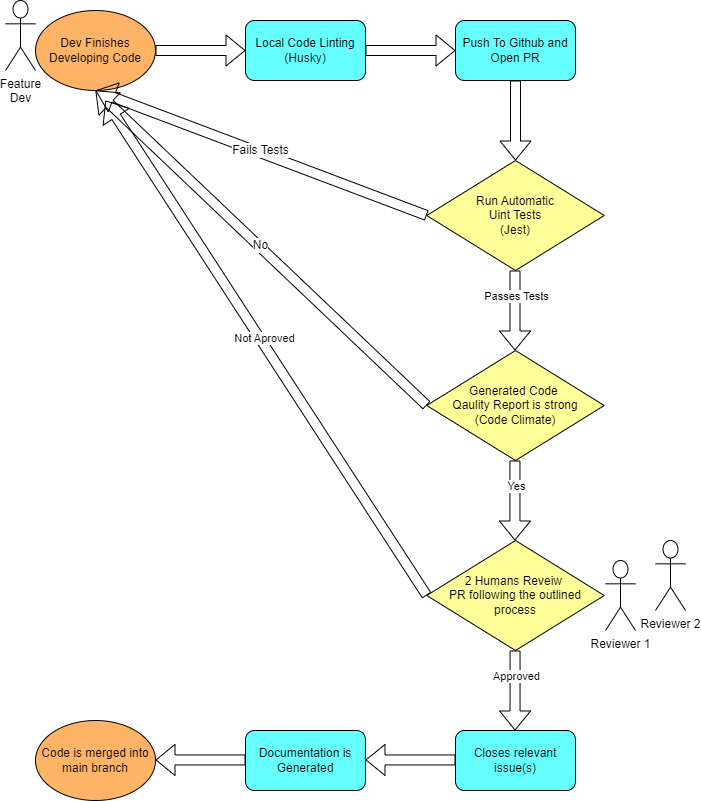
Above: admin/cipipeline/phase1.drawio.png in cse110-sp25-group11/cse110-sp25-group11 (draw.io), before the change. Source tidied: cells renumbered, new cells last; positions are measured from the earlier drawing's top-left corner, leaving out a move shared by most shapes.
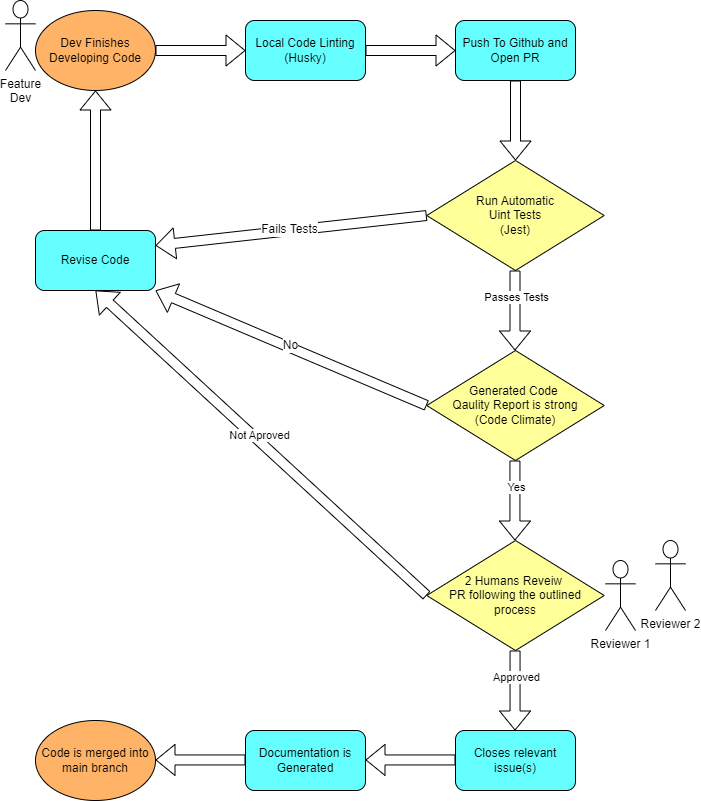
The same file after the commit.

Commit message:
updated pipeline drawing

Diff of the diagram source:
```diff
@@ -30,7 +30,7 @@
     <mxCell id="8" value="Run Automatic&lt;div&gt;Uint Tests&lt;br&gt;(Jest)&lt;/div&gt;" style="rhombus;whiteSpace=wrap;html=1;shadow=0;fillColor=#FFFF99;" parent="1" vertex="1">
       <mxGeometry x="421.2" y="160" width="177.5" height="110" as="geometry" />
     </mxCell>
-    <mxCell id="9" style="shape=flexArrow;endArrow=classic;html=1;exitX=0;exitY=0.5;exitDx=0;exitDy=0;entryX=0.5;entryY=1;entryDx=0;entryDy=0;" parent="1" edge="1" source="8" target="2">
+    <mxCell id="9" style="shape=flexArrow;endArrow=classic;html=1;exitX=0;exitY=0.5;exitDx=0;exitDy=0;entryX=1;entryY=0.25;entryDx=0;entryDy=0;" parent="1" edge="1" source="8" target="31">
       <mxGeometry relative="1" as="geometry" />
     </mxCell>
     <mxCell id="10" value="&lt;font style=&quot;font-size: 12px;&quot;&gt;Fails Tests&lt;/font&gt;" style="edgeLabel;html=1;align=center;verticalAlign=middle;" parent="9" vertex="1">
@@ -48,7 +48,7 @@
     <mxCell id="13" value="Generated Code&amp;nbsp;&lt;div&gt;Qaulity&amp;nbsp;&lt;span style=&quot;background-color: transparent;&quot;&gt;Report is strong&lt;/span&gt;&lt;div&gt;(Code Climate)&lt;/div&gt;&lt;/div&gt;" style="rhombus;whiteSpace=wrap;html=1;shadow=0;fillColor=#FFFF99;" parent="1" vertex="1">
       <mxGeometry x="421.2" y="350" width="177.5" height="110" as="geometry" />
     </mxCell>
-    <mxCell id="14" style="shape=flexArrow;endArrow=classic;html=1;exitX=0;exitY=0.5;exitDx=0;exitDy=0;entryX=0.5;entryY=1;entryDx=0;entryDy=0;" parent="1" edge="1" source="13" target="2">
+    <mxCell id="14" style="shape=flexArrow;endArrow=classic;html=1;exitX=0;exitY=0.5;exitDx=0;exitDy=0;entryX=1;entryY=1;entryDx=0;entryDy=0;" parent="1" edge="1" source="13" target="31">
       <mxGeometry relative="1" as="geometry" />
     </mxCell>
     <mxCell id="15" value="&lt;span style=&quot;font-size: 12px;&quot;&gt;No&lt;/span&gt;" style="edgeLabel;html=1;align=center;verticalAlign=middle;" parent="14" vertex="1">
@@ -66,10 +66,8 @@
     <mxCell id="18" value="2 Humans Reveiw&amp;nbsp;&lt;div&gt;PR&amp;nbsp;&lt;span style=&quot;background-color: transparent;&quot;&gt;following the outlined&lt;/span&gt;&lt;div&gt;process&lt;/div&gt;&lt;/div&gt;" style="rhombus;whiteSpace=wrap;html=1;shadow=0;fillColor=#FFFF99;" parent="1" vertex="1">
       <mxGeometry x="421.2" y="540" width="177.5" height="110" as="geometry" />
     </mxCell>
-    <mxCell id="19" style="shape=flexArrow;endArrow=classic;html=1;exitX=0;exitY=0.5;exitDx=0;exitDy=0;entryX=0.5;entryY=1;entryDx=0;entryDy=0;" parent="1" edge="1" source="18">
-      <mxGeometry relative="1" as="geometry">
-        <mxPoint x="100" y="100" as="targetPoint" />
-      </mxGeometry>
+    <mxCell id="19" style="shape=flexArrow;endArrow=classic;html=1;exitX=0;exitY=0.5;exitDx=0;exitDy=0;entryX=0.5;entryY=1;entryDx=0;entryDy=0;" parent="1" edge="1" source="18" target="31">
+      <mxGeometry relative="1" as="geometry" />
     </mxCell>
     <mxCell id="20" value="Not Aproved" style="edgeLabel;html=1;align=center;verticalAlign=middle;" parent="19" vertex="1">
       <mxGeometry x="0.03" y="-4" relative="1" as="geometry" />
@@ -113,5 +111,11 @@
     <mxCell id="30" value="&lt;span style=&quot;color: rgb(0, 0, 0);&quot;&gt;Reviewer 1&lt;/span&gt;" style="shape=umlActor;verticalLabelPosition=bottom;verticalAlign=top;html=1;" parent="1" vertex="1">
       <mxGeometry x="600" y="560" width="30" height="70" as="geometry" />
     </mxCell>
+    <mxCell id="31" value="Revise Code" style="rounded=1;whiteSpace=wrap;html=1;fillColor=#66FFFF;" parent="1" vertex="1">
+      <mxGeometry x="30" y="230" width="120" height="60" as="geometry" />
+    </mxCell>
+    <mxCell id="32" style="shape=flexArrow;endArrow=classic;html=1;exitX=0.5;exitY=0;exitDx=0;exitDy=0;entryX=0.5;entryY=1;entryDx=0;entryDy=0;" parent="1" edge="1" source="31" target="2">
+      <mxGeometry relative="1" as="geometry" />
+    </mxCell>
   </root>
 </mxGraphModel>
```
